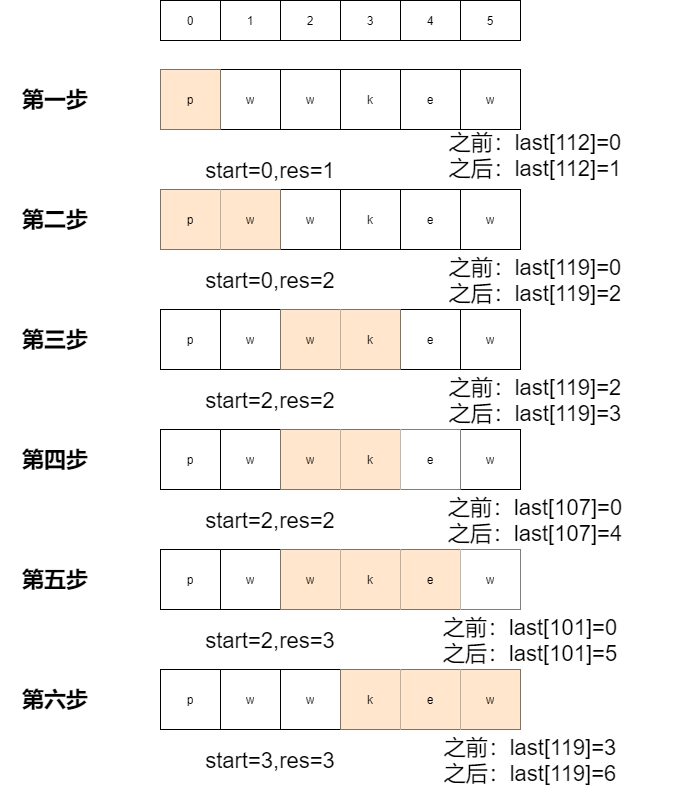
DaMingYue/Test keeps this draw.io diagram as Untitled Diagram.png. Above is the earlier version. Source tidied: cells renumbered, new cells last; positions are measured from the earlier drawing's top-left corner, leaving out a move shared by most shapes.
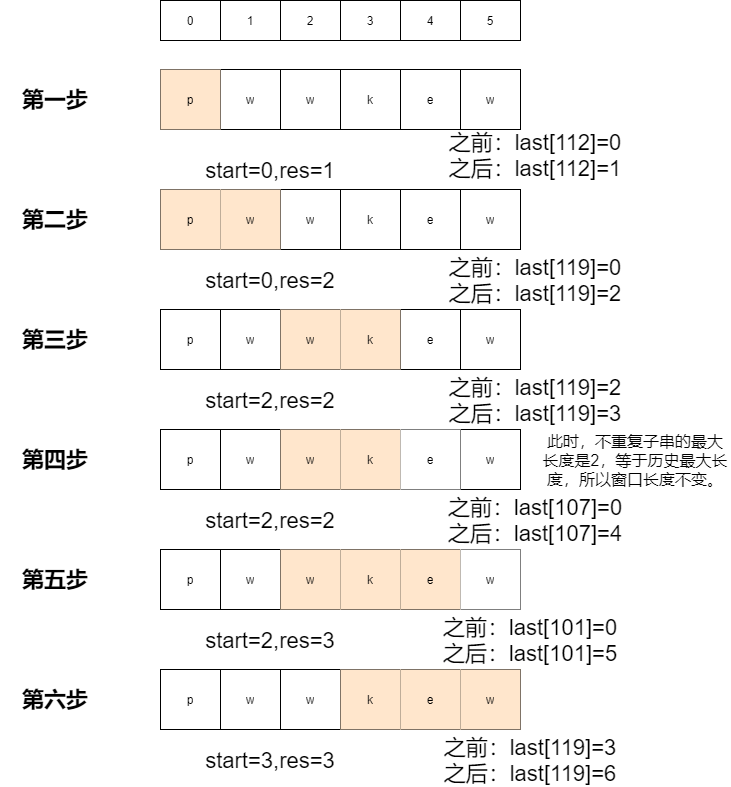
Above is the later version.

Diff of the diagram source:
```diff
@@ -224,5 +224,8 @@
     <mxCell id="75" value="5" style="shape=partialRectangle;html=1;whiteSpace=wrap;overflow=hidden;fillColor=none;top=0;left=0;bottom=0;right=0;" parent="69" vertex="1">
       <mxGeometry x="300" width="60" height="40" as="geometry" />
     </mxCell>
+    <mxCell id="76" value="此时，不重复子串的最大长度是2，等于历史最大长度，所以窗口长度不变。" style="text;html=1;strokeColor=none;fillColor=none;align=center;verticalAlign=middle;whiteSpace=wrap;rounded=0;fontSize=16;fontColor=#000000;" parent="1" vertex="1">
+      <mxGeometry x="540" y="450" width="190" height="20" as="geometry" />
+    </mxCell>
   </root>
 </mxGraphModel>
```
